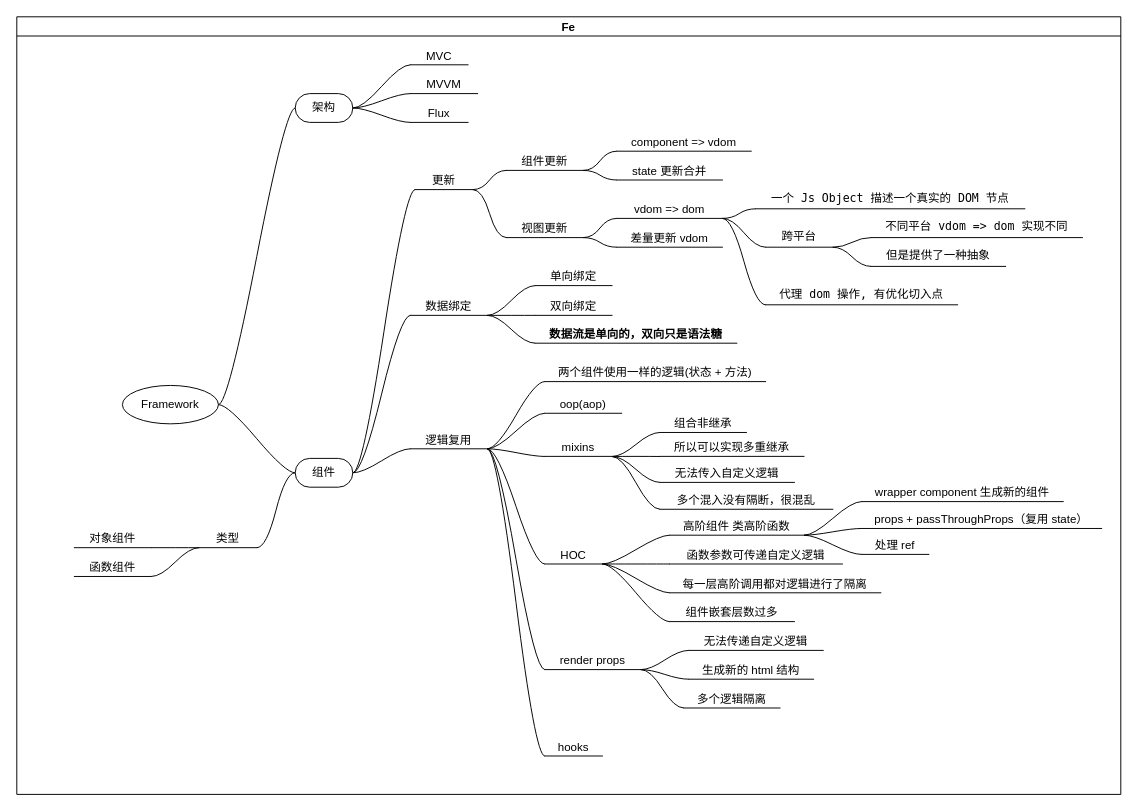
The draw.io diagram page "Framework" (1 of 7) of fe-framework/fe-framework.drawio in NiLinli/learn-web, before the edit. Source tidied: cells renumbered, new cells numbered last; positions are measured from the earlier drawing's top-left corner, leaving out a move shared by most shapes. Both pictures are drawn from the tidied source at 96%, with x=0, y=0 at pixel (16, 16).
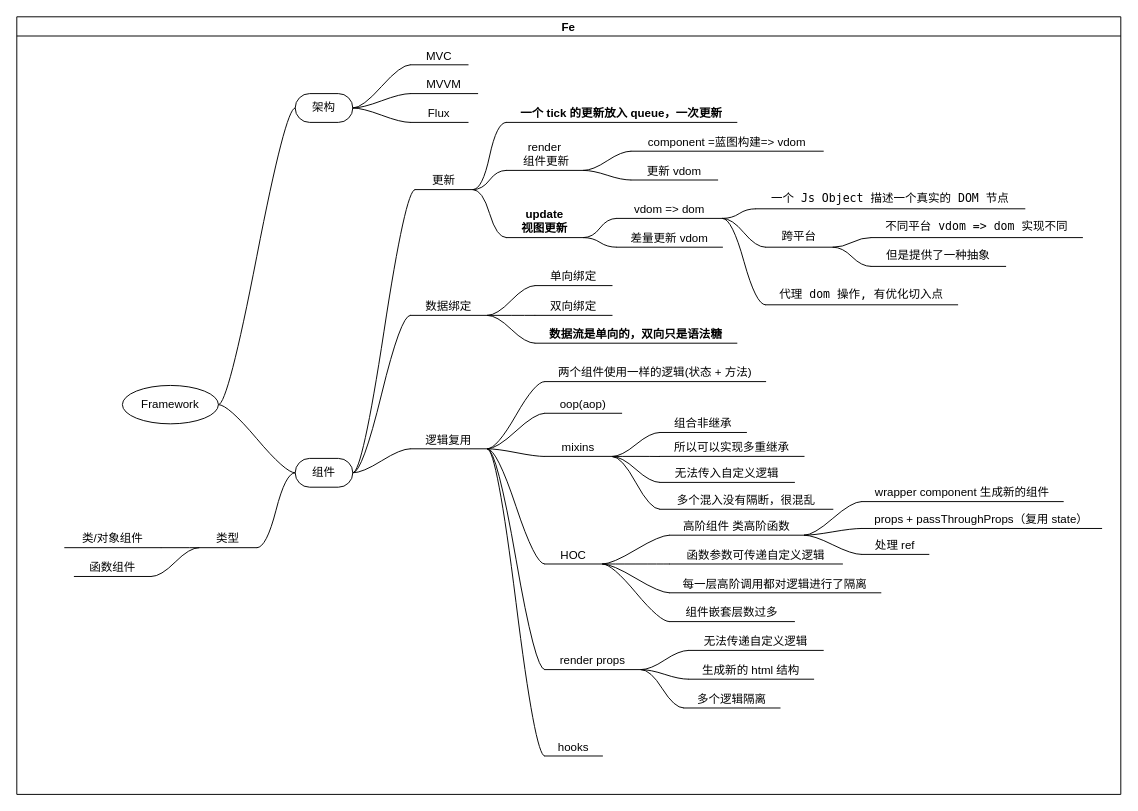
The same diagram, later.

Unchanged cells that the change refers to:
```xml
<mxCell id="2" value="Fe" style="swimlane;startSize=20;horizontal=1;containerType=tree;" parent="1" vertex="1">
  <mxGeometry width="1150" height="810" as="geometry" />
</mxCell>
<mxCell id="14" value="更新" style="whiteSpace=wrap;html=1;shape=partialRectangle;top=0;left=0;bottom=1;right=0;points=[[0,1],[1,1]];fillColor=none;align=center;verticalAlign=bottom;routingCenterY=0.5;snapToPoint=1;newEdgeStyle={&quot;edgeStyle&quot;:&quot;entityRelationEdgeStyle&quot;,&quot;startArrow&quot;:&quot;none&quot;,&quot;endArrow&quot;:&quot;none&quot;,&quot;segment&quot;:10,&quot;curved&quot;:1};" parent="2" vertex="1">
  <mxGeometry x="415" y="160" width="60" height="20" as="geometry" />
</mxCell>
```

The edit, as a diff of the source:
```diff
@@
-    <mxCell id="17" value="组件更新" style="whiteSpace=wrap;html=1;shape=partialRectangle;top=0;left=0;bottom=1;right=0;points=[[0,1],[1,1]];fillColor=none;align=center;verticalAlign=bottom;routingCenterY=0.5;snapToPoint=1;newEdgeStyle={&quot;edgeStyle&quot;:&quot;entityRelationEdgeStyle&quot;,&quot;startArrow&quot;:&quot;none&quot;,&quot;endArrow&quot;:&quot;none&quot;,&quot;segment&quot;:10,&quot;curved&quot;:1};" parent="2" vertex="1">
-      <mxGeometry x="510" y="140" width="80" height="20" as="geometry" />
+    <mxCell id="17" value="render&lt;br&gt;&amp;nbsp;组件更新" style="whiteSpace=wrap;html=1;shape=partialRectangle;top=0;left=0;bottom=1;right=0;points=[[0,1],[1,1]];fillColor=none;align=center;verticalAlign=bottom;routingCenterY=0.5;snapToPoint=1;newEdgeStyle={&quot;edgeStyle&quot;:&quot;entityRelationEdgeStyle&quot;,&quot;startArrow&quot;:&quot;none&quot;,&quot;endArrow&quot;:&quot;none&quot;,&quot;segment&quot;:10,&quot;curved&quot;:1};" parent="2" vertex="1">
+      <mxGeometry x="510" y="130" width="80" height="30" as="geometry" />
     </mxCell>
@@
-    <mxCell id="19" value="视图更新" style="whiteSpace=wrap;html=1;shape=partialRectangle;top=0;left=0;bottom=1;right=0;points=[[0,1],[1,1]];fillColor=none;align=center;verticalAlign=bottom;routingCenterY=0.5;snapToPoint=1;newEdgeStyle={&quot;edgeStyle&quot;:&quot;entityRelationEdgeStyle&quot;,&quot;startArrow&quot;:&quot;none&quot;,&quot;endArrow&quot;:&quot;none&quot;,&quot;segment&quot;:10,&quot;curved&quot;:1};" parent="2" vertex="1">
-      <mxGeometry x="510" y="210" width="80" height="20" as="geometry" />
+    <mxCell id="19" value="update&lt;br&gt;视图更新" style="whiteSpace=wrap;html=1;shape=partialRectangle;top=0;left=0;bottom=1;right=0;points=[[0,1],[1,1]];fillColor=none;align=center;verticalAlign=bottom;routingCenterY=0.5;snapToPoint=1;newEdgeStyle={&quot;edgeStyle&quot;:&quot;entityRelationEdgeStyle&quot;,&quot;startArrow&quot;:&quot;none&quot;,&quot;endArrow&quot;:&quot;none&quot;,&quot;segment&quot;:10,&quot;curved&quot;:1};fontStyle=1;" parent="2" vertex="1">
+      <mxGeometry x="510" y="200" width="80" height="30" as="geometry" />
     </mxCell>
@@
-    <mxCell id="21" value="component =&amp;gt; vdom" style="whiteSpace=wrap;html=1;shape=partialRectangle;top=0;left=0;bottom=1;right=0;points=[[0,1],[1,1]];fillColor=none;align=center;verticalAlign=bottom;routingCenterY=0.5;snapToPoint=1;newEdgeStyle={&quot;edgeStyle&quot;:&quot;entityRelationEdgeStyle&quot;,&quot;startArrow&quot;:&quot;none&quot;,&quot;endArrow&quot;:&quot;none&quot;,&quot;segment&quot;:10,&quot;curved&quot;:1};" parent="2" vertex="1">
-      <mxGeometry x="625" y="120" width="140" height="20" as="geometry" />
+    <mxCell id="21" value="component =蓝图构建=&amp;gt; vdom" style="whiteSpace=wrap;html=1;shape=partialRectangle;top=0;left=0;bottom=1;right=0;points=[[0,1],[1,1]];fillColor=none;align=center;verticalAlign=bottom;routingCenterY=0.5;snapToPoint=1;newEdgeStyle={&quot;edgeStyle&quot;:&quot;entityRelationEdgeStyle&quot;,&quot;startArrow&quot;:&quot;none&quot;,&quot;endArrow&quot;:&quot;none&quot;,&quot;segment&quot;:10,&quot;curved&quot;:1};" parent="2" vertex="1">
+      <mxGeometry x="640" y="120" width="200" height="20" as="geometry" />
     </mxCell>
@@
-    <mxCell id="24" style="edgeStyle=entityRelationEdgeStyle;startArrow=none;endArrow=none;segment=10;curved=1;rounded=0;" parent="2" edge="1" source="17" target="25">
-      <mxGeometry relative="1" as="geometry" />
-    </mxCell>
-    <mxCell id="25" value="state 更新合并" style="whiteSpace=wrap;html=1;shape=partialRectangle;top=0;left=0;bottom=1;right=0;points=[[0,1],[1,1]];fillColor=none;align=center;verticalAlign=bottom;routingCenterY=0.5;snapToPoint=1;newEdgeStyle={&quot;edgeStyle&quot;:&quot;entityRelationEdgeStyle&quot;,&quot;startArrow&quot;:&quot;none&quot;,&quot;endArrow&quot;:&quot;none&quot;,&quot;segment&quot;:10,&quot;curved&quot;:1};" parent="2" vertex="1">
-      <mxGeometry x="625" y="150" width="110" height="20" as="geometry" />
-    </mxCell>
@@
-    <mxCell id="81" value="对象组件" style="whiteSpace=wrap;html=1;shape=partialRectangle;top=0;left=0;bottom=1;right=0;points=[[0,1],[1,1]];fillColor=none;align=center;verticalAlign=bottom;routingCenterY=0.5;snapToPoint=1;newEdgeStyle={&quot;edgeStyle&quot;:&quot;entityRelationEdgeStyle&quot;,&quot;startArrow&quot;:&quot;none&quot;,&quot;endArrow&quot;:&quot;none&quot;,&quot;segment&quot;:10,&quot;curved&quot;:1};" parent="2" vertex="1">
-      <mxGeometry x="60" y="533" width="80" height="20" as="geometry" />
+    <mxCell id="81" value="类/对象组件" style="whiteSpace=wrap;html=1;shape=partialRectangle;top=0;left=0;bottom=1;right=0;points=[[0,1],[1,1]];fillColor=none;align=center;verticalAlign=bottom;routingCenterY=0.5;snapToPoint=1;newEdgeStyle={&quot;edgeStyle&quot;:&quot;entityRelationEdgeStyle&quot;,&quot;startArrow&quot;:&quot;none&quot;,&quot;endArrow&quot;:&quot;none&quot;,&quot;segment&quot;:10,&quot;curved&quot;:1};" parent="2" vertex="1">
+      <mxGeometry x="50" y="533" width="100" height="20" as="geometry" />
     </mxCell>
@@
+    <mxCell id="94" style="edgeStyle=entityRelationEdgeStyle;startArrow=none;endArrow=none;segment=10;curved=1;rounded=0;" parent="2" edge="1" source="14" target="95">
+      <mxGeometry relative="1" as="geometry" />
+    </mxCell>
+    <mxCell id="95" value="一个 tick 的更新放入 queue，一次更新" style="whiteSpace=wrap;html=1;shape=partialRectangle;top=0;left=0;bottom=1;right=0;points=[[0,1],[1,1]];fillColor=none;align=center;verticalAlign=bottom;routingCenterY=0.5;snapToPoint=1;newEdgeStyle={&quot;edgeStyle&quot;:&quot;entityRelationEdgeStyle&quot;,&quot;startArrow&quot;:&quot;none&quot;,&quot;endArrow&quot;:&quot;none&quot;,&quot;segment&quot;:10,&quot;curved&quot;:1};fontStyle=1;" parent="2" vertex="1">
+      <mxGeometry x="510" y="90" width="240" height="20" as="geometry" />
+    </mxCell>
+    <mxCell id="96" style="edgeStyle=entityRelationEdgeStyle;startArrow=none;endArrow=none;segment=10;curved=1;rounded=0;" parent="2" edge="1" source="17" target="97">
+      <mxGeometry relative="1" as="geometry" />
+    </mxCell>
+    <mxCell id="97" value="更新 vdom" style="whiteSpace=wrap;html=1;shape=partialRectangle;top=0;left=0;bottom=1;right=0;points=[[0,1],[1,1]];fillColor=none;align=center;verticalAlign=bottom;routingCenterY=0.5;snapToPoint=1;newEdgeStyle={&quot;edgeStyle&quot;:&quot;entityRelationEdgeStyle&quot;,&quot;startArrow&quot;:&quot;none&quot;,&quot;endArrow&quot;:&quot;none&quot;,&quot;segment&quot;:10,&quot;curved&quot;:1};" parent="2" vertex="1">
+      <mxGeometry x="640" y="150" width="90" height="20" as="geometry" />
+    </mxCell>
```
